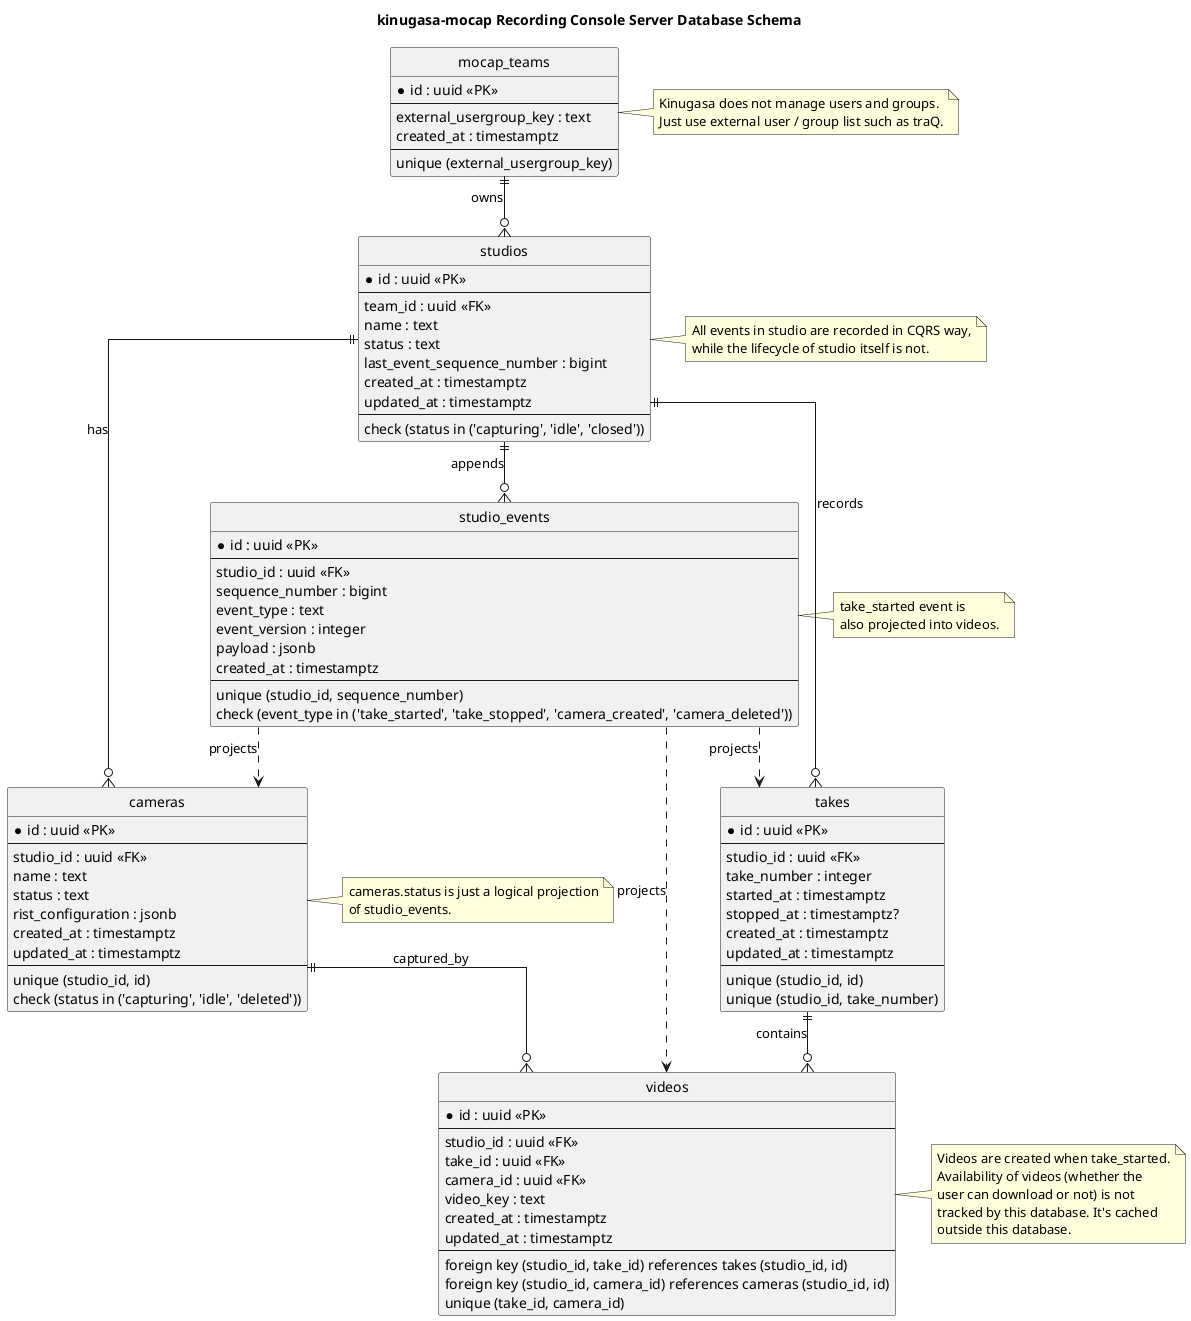
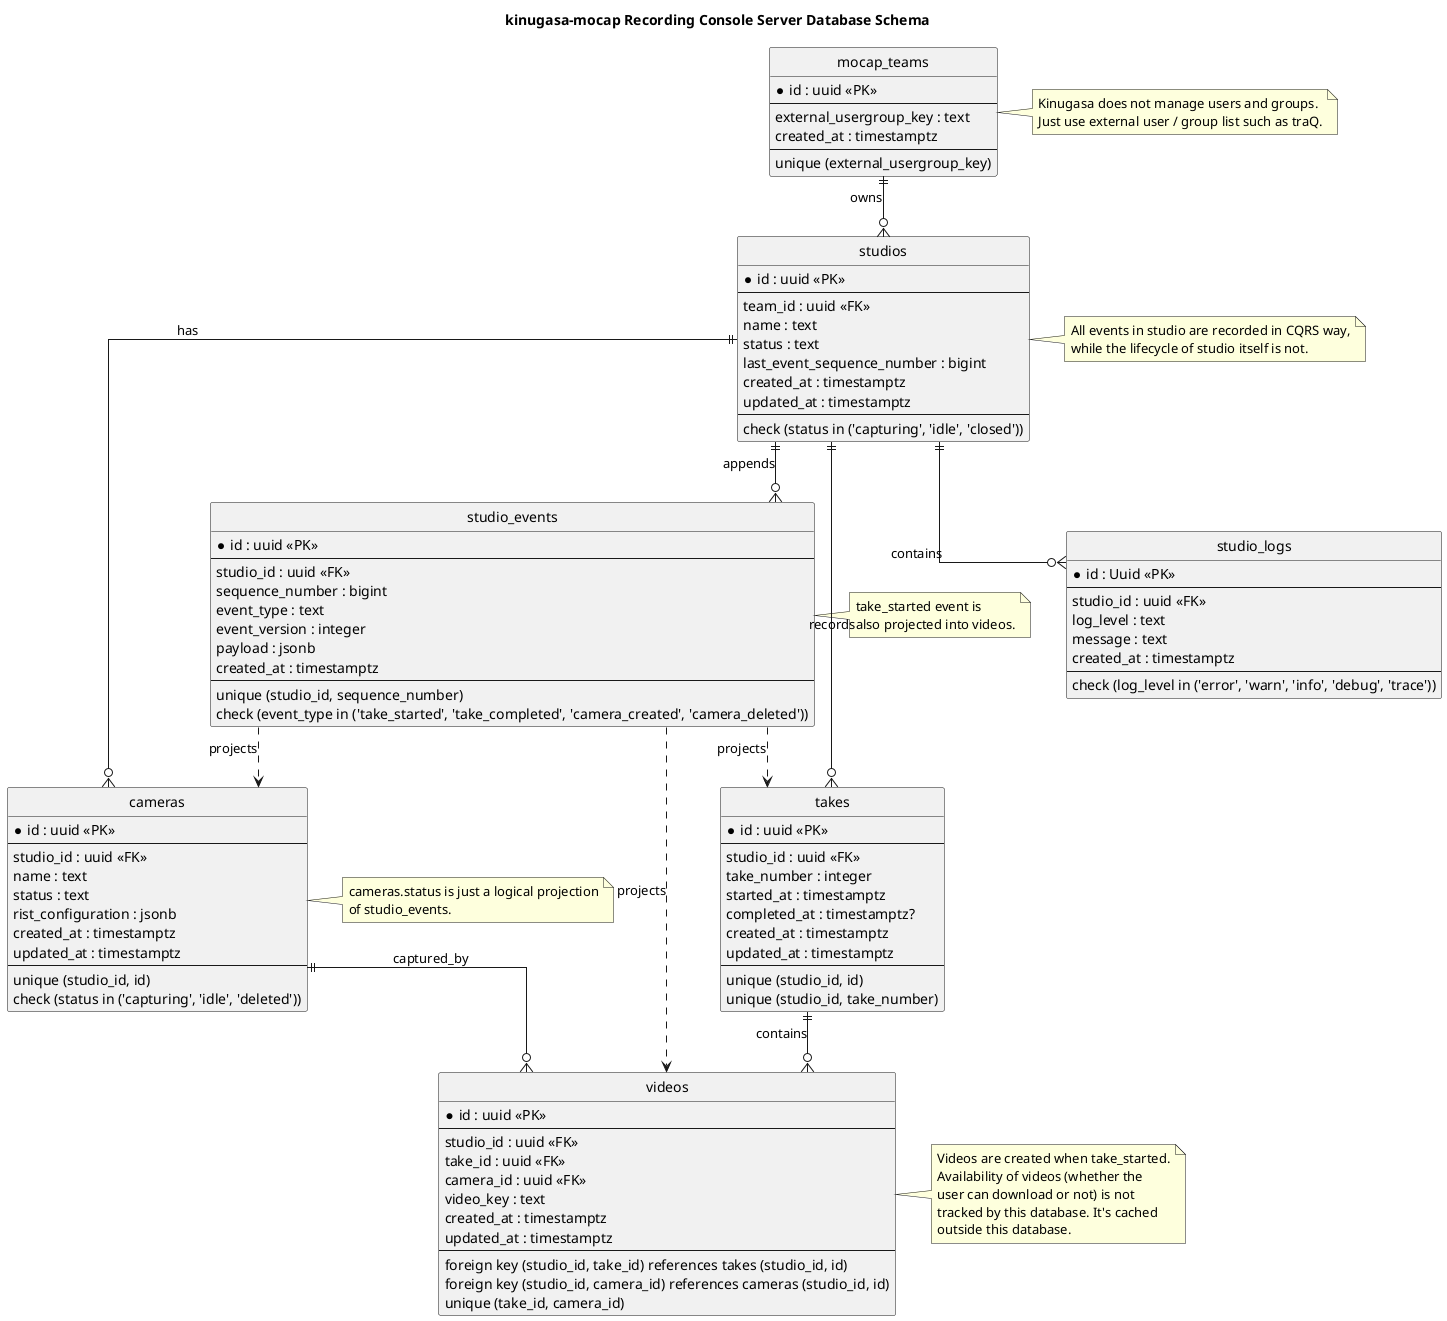
@startuml recording_console_db

title kinugasa-mocap Recording Console Server Database Schema

hide circle
skinparam linetype ortho
skinparam shadowing false

' Copy this block when adding a new table.
' entity "<table_name>" as table_name {
'   * id : uuid <<PK>>
'   --
'   field : type
'   created_at : timestamptz
'   updated_at : timestamptz
' }

' Relationship notation:
' parent ||--o{ child : owns
' parent ||--|| child : has one
' parent }o--o{ child : many to many

entity "mocap_teams" as mocap_teams {
    * id : uuid <<PK>>
    --
    external_usergroup_key : text
    created_at : timestamptz
    --
    unique (external_usergroup_key)
}

note right of mocap_teams
    Kinugasa does not manage users and groups.
    Just use external user / group list such as traQ.
end note

entity "studios" as studios {
    * id : uuid <<PK>>
    --
    team_id : uuid <<FK>>
    name : text
    status : text
    last_event_sequence_number : bigint
    created_at : timestamptz
    updated_at : timestamptz
    --
    check (status in ('capturing', 'idle', 'closed'))
}

note right of studios
    All events in studio are recorded in CQRS way,
    while the lifecycle of studio itself is not.
end note

entity "studio_events" as studio_events {
    * id : uuid <<PK>>
    --
    studio_id : uuid <<FK>>
    sequence_number : bigint
    event_type : text
    event_version : integer
    payload : jsonb
    created_at : timestamptz
    --
    unique (studio_id, sequence_number)
-     check (event_type in ('take_started', 'take_stopped', 'camera_created', 'camera_deleted'))
+     check (event_type in ('take_started', 'take_completed', 'camera_created', 'camera_deleted'))
}

note right of studio_events
    take_started event is
    also projected into videos.
end note
+ 
+ entity "studio_logs" as studio_logs {
+     * id : Uuid <<PK>>
+     --
+     studio_id : uuid <<FK>>
+     log_level : text
+     message : text
+     created_at : timestamptz
+     --
+     check (log_level in ('error', 'warn', 'info', 'debug', 'trace'))
+ }

entity "cameras" as cameras {
    * id : uuid <<PK>>
    --
    studio_id : uuid <<FK>>
    name : text
    status : text
    rist_configuration : jsonb
    created_at : timestamptz
    updated_at : timestamptz
    --
    unique (studio_id, id)
    check (status in ('capturing', 'idle', 'deleted'))
}

note right of cameras
    cameras.status is just a logical projection
    of studio_events.
end note

entity "takes" as takes {
    * id : uuid <<PK>>
    --
    studio_id : uuid <<FK>>
    take_number : integer
    started_at : timestamptz
-     stopped_at : timestamptz?
+     completed_at : timestamptz?
    created_at : timestamptz
    updated_at : timestamptz
    --
    unique (studio_id, id)
    unique (studio_id, take_number)
}

entity "videos" as videos {
    * id : uuid <<PK>>
    --
    studio_id : uuid <<FK>>
    take_id : uuid <<FK>>
    camera_id : uuid <<FK>>
    video_key : text
    created_at : timestamptz
    updated_at : timestamptz
    --
    foreign key (studio_id, take_id) references takes (studio_id, id)
    foreign key (studio_id, camera_id) references cameras (studio_id, id)
    unique (take_id, camera_id)
}

note right of videos
    Videos are created when take_started.
    Availability of videos (whether the
    user can download or not) is not
    tracked by this database. It's cached
    outside this database.
end note

mocap_teams ||--o{ studios : owns
studios ||--o{ studio_events : appends
studios ||--o{ cameras : has
studios ||--o{ takes : records
+ studios ||--o{ studio_logs : contains
takes ||--o{ videos : contains
cameras ||--o{ videos : captured_by
studio_events ..> cameras : projects
studio_events ..> takes : projects
studio_events ..> videos : projects

@enduml
